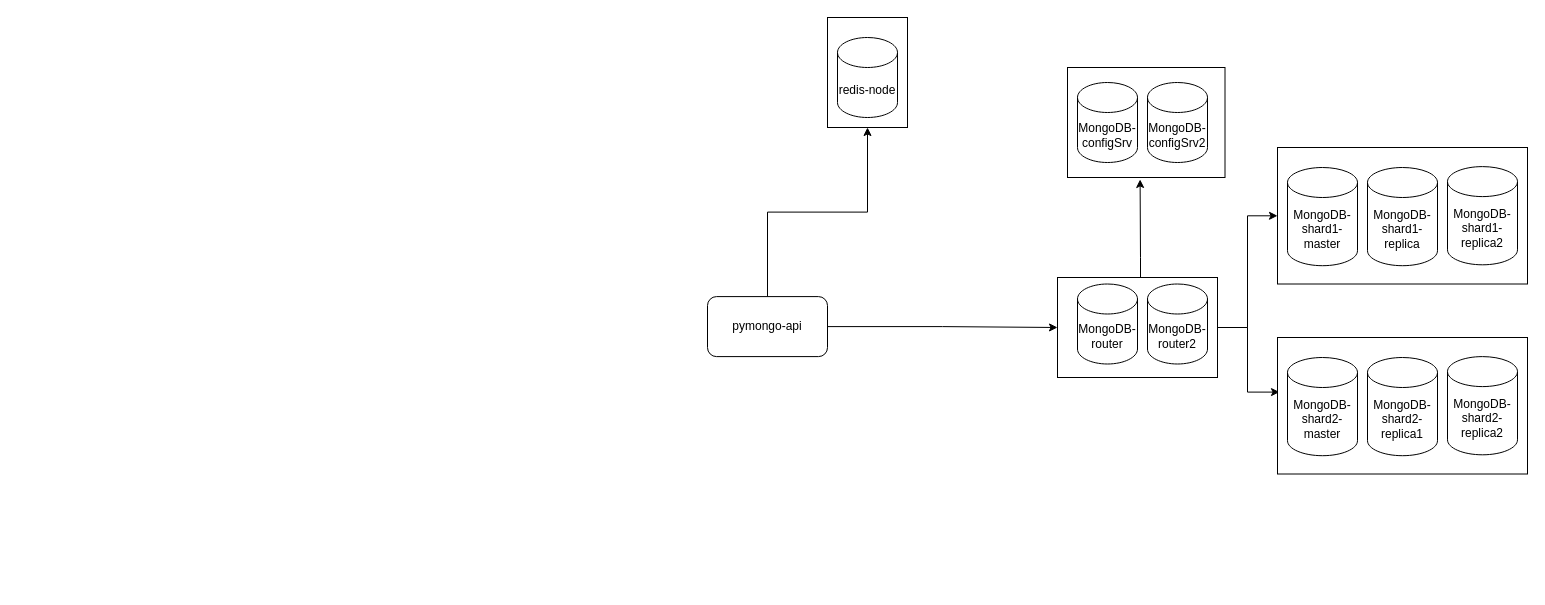
nickzhog/mongo-scaling keeps this draw.io diagram as arch.drawio. Above is the earlier version. Source tidied: cells renumbered, new cells numbered last; positions are measured from the earlier drawing's top-left corner, leaving out a move shared by most shapes. Both pictures are drawn from the tidied source at 100%, with x=0, y=0 at pixel (707, 17).
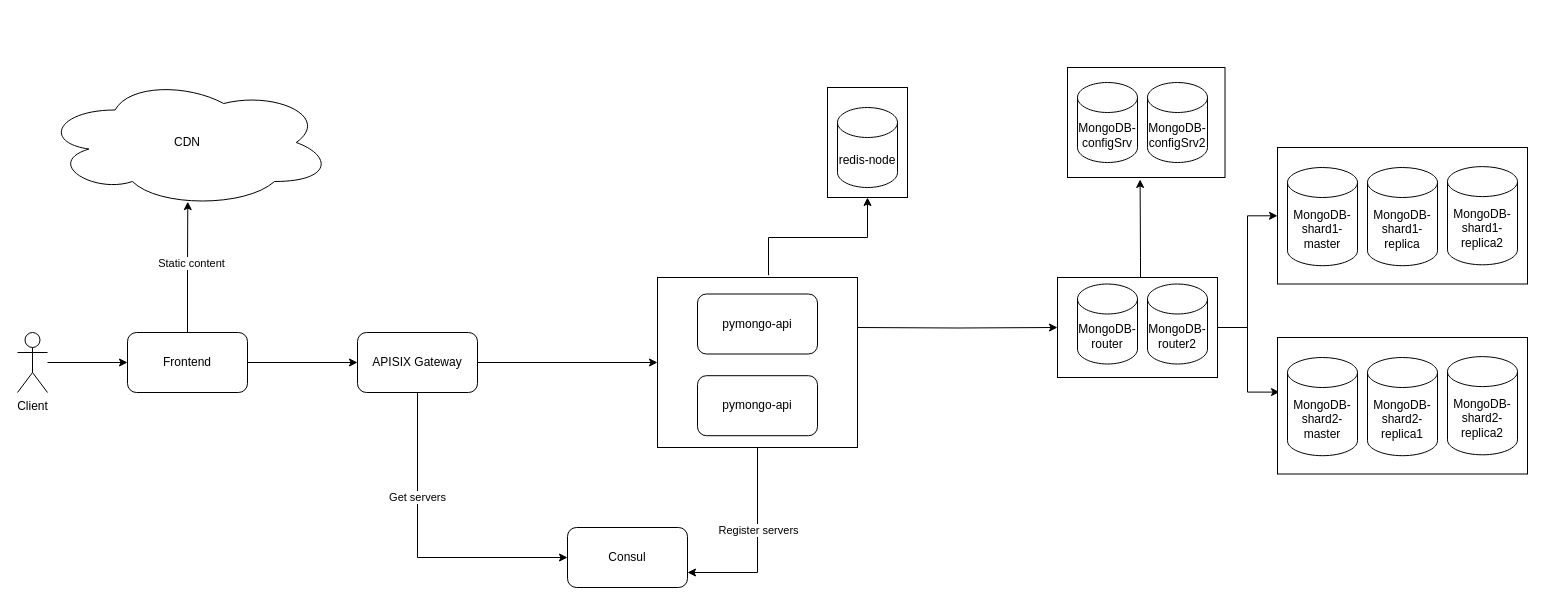
After the change.

Unchanged cells that the change refers to:
```xml
<mxCell id="3" style="rounded=0;whiteSpace=wrap;html=1;" parent="1" vertex="1">
  <mxGeometry x="350" y="260" width="160" height="100" as="geometry" />
</mxCell>
```

The edit, as a diff of the source:
```diff
@@
+    <mxCell id="24" style="edgeStyle=orthogonalEdgeStyle;rounded=0;jettySize=auto;html=1;entryX=1;entryY=0.75;entryDx=0;entryDy=0;" parent="1" edge="1" source="26" target="32">
+      <mxGeometry relative="1" as="geometry" />
+    </mxCell>
+    <mxCell id="25" value="Register servers" style="edgeLabel;html=1;align=center;verticalAlign=middle;" parent="24" vertex="1">
+      <mxGeometry x="-0.16" relative="1" as="geometry" />
+    </mxCell>
+    <mxCell id="26" style="rounded=0;whiteSpace=wrap;html=1;" parent="1" vertex="1">
+      <mxGeometry x="-50" y="260" width="200" height="170" as="geometry" />
+    </mxCell>
@@
-    <mxCell id="5" style="edgeStyle=orthogonalEdgeStyle;rounded=0;jettySize=auto;html=1;entryX=0;entryY=0.5;entryDx=0;entryDy=0;" parent="1" edge="1" source="7" target="3">
-      <mxGeometry relative="1" as="geometry" />
+    <mxCell id="5" style="edgeStyle=orthogonalEdgeStyle;rounded=0;jettySize=auto;html=1;entryX=0;entryY=0.5;entryDx=0;entryDy=0;" parent="1" edge="1" target="3">
+      <mxGeometry relative="1" as="geometry">
+        <mxPoint x="150" y="310" as="sourcePoint" />
+      </mxGeometry>
     </mxCell>
-    <mxCell id="6" style="edgeStyle=orthogonalEdgeStyle;rounded=0;jettySize=auto;html=1;entryX=0.5;entryY=1;entryDx=0;entryDy=0;" parent="1" edge="1" source="7" target="20">
+    <mxCell id="6" style="edgeStyle=orthogonalEdgeStyle;rounded=0;jettySize=auto;html=1;entryX=0.5;entryY=1;entryDx=0;entryDy=0;exitX=0.555;exitY=-0.014;exitDx=0;exitDy=0;exitPerimeter=0;" parent="1" edge="1" source="26" target="20">
       <mxGeometry relative="1" as="geometry" />
     </mxCell>
     <mxCell id="7" value="pymongo-api" style="rounded=1;whiteSpace=wrap;html=1;" parent="1" vertex="1">
-      <mxGeometry y="279.1" width="120" height="60" as="geometry" />
+      <mxGeometry x="-10" y="276.5" width="120" height="60" as="geometry" />
     </mxCell>
@@
     <mxCell id="20" style="rounded=0;whiteSpace=wrap;html=1;" parent="1" vertex="1">
-      <mxGeometry x="120" width="80" height="110" as="geometry" />
+      <mxGeometry x="120" y="70" width="80" height="110" as="geometry" />
     </mxCell>
     <mxCell id="21" value="redis-node" style="shape=cylinder3;whiteSpace=wrap;html=1;boundedLbl=1;backgroundOutline=1;size=15;" parent="1" vertex="1">
-      <mxGeometry x="130" y="20" width="60" height="80" as="geometry" />
+      <mxGeometry x="130" y="90" width="60" height="80" as="geometry" />
     </mxCell>
@@
+    <mxCell id="27" style="edgeStyle=orthogonalEdgeStyle;rounded=0;jettySize=auto;html=1;entryX=0;entryY=0.5;entryDx=0;entryDy=0;exitX=0.5;exitY=1;exitDx=0;exitDy=0;" parent="1" edge="1" source="30" target="32">
+      <mxGeometry relative="1" as="geometry" />
+    </mxCell>
+    <mxCell id="28" value="Get servers" style="edgeLabel;html=1;align=center;verticalAlign=middle;" parent="27" vertex="1">
+      <mxGeometry x="-0.34" y="-1" relative="1" as="geometry" />
+    </mxCell>
+    <mxCell id="29" style="edgeStyle=orthogonalEdgeStyle;rounded=0;jettySize=auto;html=1;entryX=0;entryY=0.5;entryDx=0;entryDy=0;" parent="1" edge="1" source="30" target="26">
+      <mxGeometry relative="1" as="geometry" />
+    </mxCell>
+    <mxCell id="30" value="APISIX Gateway" style="rounded=1;whiteSpace=wrap;html=1;" parent="1" vertex="1">
+      <mxGeometry x="-350" y="315" width="120" height="60" as="geometry" />
+    </mxCell>
+    <mxCell id="31" value="pymongo-api" style="rounded=1;whiteSpace=wrap;html=1;" parent="1" vertex="1">
+      <mxGeometry x="-10" y="358.2" width="120" height="60" as="geometry" />
+    </mxCell>
+    <mxCell id="32" value="Consul" style="rounded=1;whiteSpace=wrap;html=1;" parent="1" vertex="1">
+      <mxGeometry x="-140" y="510" width="120" height="60" as="geometry" />
+    </mxCell>
+    <mxCell id="33" style="edgeStyle=orthogonalEdgeStyle;rounded=0;jettySize=auto;html=1;entryX=0;entryY=0.5;entryDx=0;entryDy=0;" parent="1" edge="1" source="34" target="37">
+      <mxGeometry relative="1" as="geometry" />
+    </mxCell>
+    <mxCell id="34" value="Client" style="shape=umlActor;verticalLabelPosition=bottom;verticalAlign=top;html=1;outlineConnect=0;" parent="1" vertex="1">
+      <mxGeometry x="-690" y="315" width="30" height="60" as="geometry" />
+    </mxCell>
+    <mxCell id="35" value="CDN" style="ellipse;shape=cloud;whiteSpace=wrap;html=1;" parent="1" vertex="1">
+      <mxGeometry x="-665" y="60" width="290" height="130" as="geometry" />
+    </mxCell>
+    <mxCell id="36" style="edgeStyle=orthogonalEdgeStyle;rounded=0;jettySize=auto;html=1;entryX=0;entryY=0.5;entryDx=0;entryDy=0;" parent="1" edge="1" source="37" target="30">
+      <mxGeometry relative="1" as="geometry" />
+    </mxCell>
+    <mxCell id="37" value="Frontend" style="rounded=1;whiteSpace=wrap;html=1;" parent="1" vertex="1">
+      <mxGeometry x="-580" y="315" width="120" height="60" as="geometry" />
+    </mxCell>
+    <mxCell id="38" style="edgeStyle=orthogonalEdgeStyle;rounded=0;jettySize=auto;html=1;entryX=0.501;entryY=0.955;entryDx=0;entryDy=0;entryPerimeter=0;" parent="1" edge="1" source="37" target="35">
+      <mxGeometry relative="1" as="geometry" />
+    </mxCell>
+    <mxCell id="39" value="Static content" style="edgeLabel;html=1;align=center;verticalAlign=middle;" parent="38" vertex="1">
+      <mxGeometry x="0.07" y="-3" relative="1" as="geometry" />
+    </mxCell>
```
